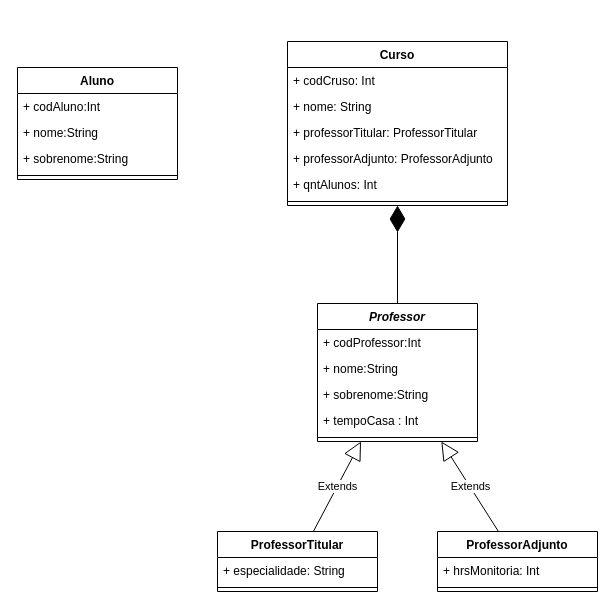
This is Desafio1drawio.drawio from Nogueira94/desafio1_digital_house, a draw.io file, before an edit. Source tidied: cells renumbered, new cells numbered last; positions are measured from the earlier drawing's top-left corner, leaving out a move shared by most shapes. Both pictures are drawn from the tidied source at 100%, with x=0, y=0 at pixel (17, 41).
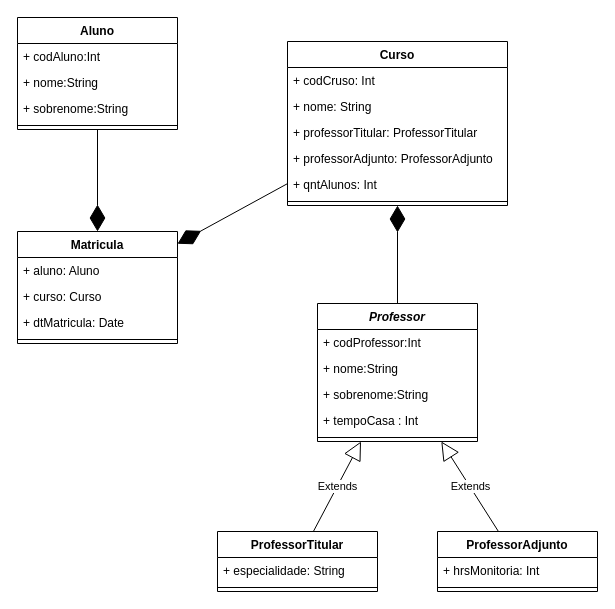
Above is the later version.

The change refers to these unchanged cells:
```xml
<mxCell id="4" value="Professor" style="swimlane;fontStyle=3;align=center;verticalAlign=top;horizontal=1;startSize=26;" parent="1" vertex="1">
  <mxGeometry x="300" y="262" width="160" height="138" as="geometry" />
</mxCell>
<mxCell id="17" value="Curso" style="swimlane;fontStyle=1;align=center;verticalAlign=top;horizontal=1;startSize=26;" parent="1" vertex="1">
  <mxGeometry x="270" width="220" height="164" as="geometry" />
</mxCell>
```

The edit, as a diff of the source:
```diff
@@
+    <mxCell id="16" style="endArrow=diamondThin;endFill=1;endSize=24;html=1;" parent="1" edge="1" source="4" target="17">
+      <mxGeometry relative="1" as="geometry" />
+    </mxCell>
@@
-    <mxCell id="16" style="endArrow=diamondThin;endFill=1;endSize=24;html=1;" parent="1" edge="1" source="4" target="17">
-      <mxGeometry relative="1" as="geometry" />
-    </mxCell>
@@
+    <mxCell id="29" value="Matricula" style="swimlane;fontStyle=1;align=center;verticalAlign=top;horizontal=1;startSize=26;" parent="1" vertex="1">
+      <mxGeometry y="190" width="160" height="112" as="geometry" />
+    </mxCell>
+    <mxCell id="30" value="+ aluno: Aluno" style="text;strokeColor=none;fillColor=none;align=left;verticalAlign=top;spacingLeft=4;spacingRight=4;overflow=hidden;" parent="29" vertex="1">
+      <mxGeometry y="26" width="160" height="26" as="geometry" />
+    </mxCell>
+    <mxCell id="31" value="+ curso: Curso" style="text;strokeColor=none;fillColor=none;align=left;verticalAlign=top;spacingLeft=4;spacingRight=4;overflow=hidden;" parent="29" vertex="1">
+      <mxGeometry y="52" width="160" height="26" as="geometry" />
+    </mxCell>
+    <mxCell id="32" value="+ dtMatricula: Date" style="text;strokeColor=none;fillColor=none;align=left;verticalAlign=top;spacingLeft=4;spacingRight=4;overflow=hidden;" parent="29" vertex="1">
+      <mxGeometry y="78" width="160" height="26" as="geometry" />
+    </mxCell>
+    <mxCell id="33" style="line;strokeWidth=1;fillColor=none;align=left;verticalAlign=middle;spacingTop=-1;spacingLeft=3;spacingRight=3;labelPosition=right;" parent="29" vertex="1">
+      <mxGeometry y="104" width="160" height="8" as="geometry" />
+    </mxCell>
     <mxCell id="24" value="Aluno" style="swimlane;fontStyle=1;align=center;verticalAlign=top;horizontal=1;startSize=26;" parent="1" vertex="1">
-      <mxGeometry y="26" width="160" height="112" as="geometry" />
+      <mxGeometry y="-24" width="160" height="112" as="geometry" />
     </mxCell>
@@
+    <mxCell id="34" style="endArrow=diamondThin;endFill=1;endSize=24;html=1;" parent="1" edge="1" source="17" target="29">
+      <mxGeometry relative="1" as="geometry" />
+    </mxCell>
+    <mxCell id="35" style="endArrow=diamondThin;endFill=1;endSize=24;html=1;" parent="1" edge="1" source="24" target="29">
+      <mxGeometry relative="1" as="geometry" />
+    </mxCell>
```
